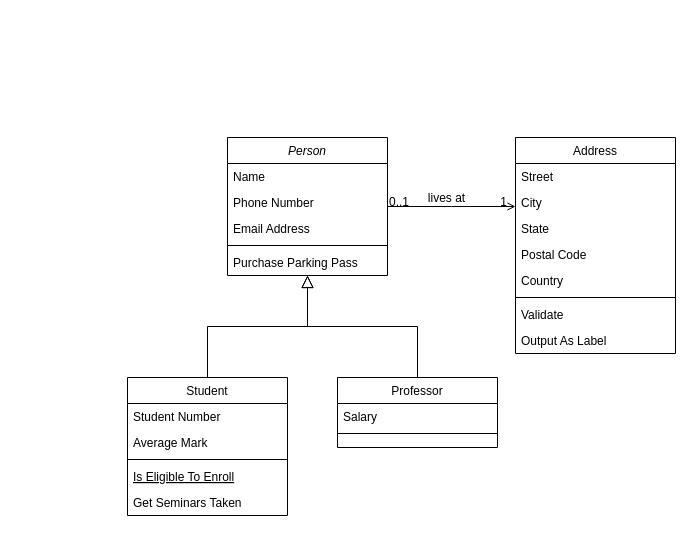
Above: page "Page-1" (1 of 2) of Untitled Diagram.drawio in ACummings23/DS-SQL-Exercise (draw.io), before the change. Source tidied: cells renumbered, new cells numbered last; positions are measured from the earlier drawing's top-left corner, leaving out a move shared by most shapes. Both pictures are drawn from the tidied source at 100%, with x=0, y=0 at pixel (127, 137).
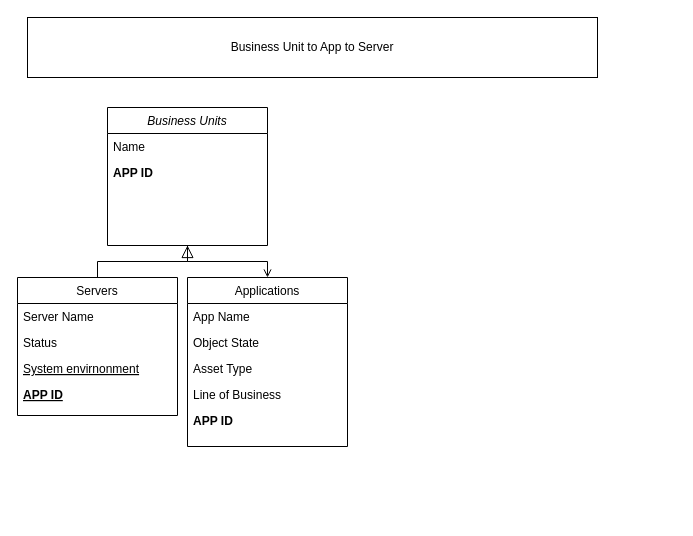
The same diagram, later.

The change refers to these unchanged cells:
```xml
<mxCell id="28" style="endArrow=open;shadow=0;strokeWidth=1;rounded=0;endFill=1;edgeStyle=elbowEdgeStyle;elbow=vertical;" parent="1" edge="1" source="2" target="19">
  <mxGeometry x="0.5" y="41" relative="1" as="geometry">
    <mxPoint x="-40" y="32" as="offset" />
  </mxGeometry>
</mxCell>
```

The edit, as a diff of the source:
```diff
@@
-    <mxCell id="2" value="Person" style="swimlane;fontStyle=2;align=center;verticalAlign=top;horizontal=1;startSize=26;rounded=0;shadow=0;strokeWidth=1;" parent="1" vertex="1">
-      <mxGeometry x="100" width="160" height="138" as="geometry" />
+    <mxCell id="2" value="Business Units" style="swimlane;fontStyle=2;align=center;verticalAlign=top;horizontal=1;startSize=26;rounded=0;shadow=0;strokeWidth=1;" parent="1" vertex="1">
+      <mxGeometry x="-20" y="-30" width="160" height="138" as="geometry" />
     </mxCell>
@@
-    <mxCell id="4" value="Phone Number" style="text;align=left;verticalAlign=top;spacingLeft=4;spacingRight=4;overflow=hidden;rounded=0;shadow=0;html=0;" parent="2" vertex="1">
+    <mxCell id="4" value="APP ID" style="text;align=left;verticalAlign=top;spacingLeft=4;spacingRight=4;overflow=hidden;rounded=0;shadow=0;html=0;fontStyle=1;" parent="2" vertex="1">
       <mxGeometry y="52" width="160" height="26" as="geometry" />
     </mxCell>
-    <mxCell id="5" value="Email Address" style="text;align=left;verticalAlign=top;spacingLeft=4;spacingRight=4;overflow=hidden;rounded=0;shadow=0;html=0;" parent="2" vertex="1">
-      <mxGeometry y="78" width="160" height="26" as="geometry" />
-    </mxCell>
-    <mxCell id="6" style="line;html=1;strokeWidth=1;align=left;verticalAlign=middle;spacingTop=-1;spacingLeft=3;spacingRight=3;labelPosition=right;" parent="2" vertex="1">
-      <mxGeometry y="104" width="160" height="8" as="geometry" />
-    </mxCell>
-    <mxCell id="7" value="Purchase Parking Pass" style="text;align=left;verticalAlign=top;spacingLeft=4;spacingRight=4;overflow=hidden;" parent="2" vertex="1">
-      <mxGeometry y="112" width="160" height="26" as="geometry" />
-    </mxCell>
-    <mxCell id="8" value="Student" style="swimlane;fontStyle=0;align=center;verticalAlign=top;horizontal=1;startSize=26;rounded=0;shadow=0;strokeWidth=1;" parent="1" vertex="1">
-      <mxGeometry y="240" width="160" height="138" as="geometry" />
+    <mxCell id="8" value="Servers " style="swimlane;fontStyle=0;align=center;verticalAlign=top;horizontal=1;startSize=26;rounded=0;shadow=0;strokeWidth=1;" parent="1" vertex="1">
+      <mxGeometry x="-110" y="140" width="160" height="138" as="geometry" />
     </mxCell>
-    <mxCell id="9" value="Student Number" style="text;align=left;verticalAlign=top;spacingLeft=4;spacingRight=4;overflow=hidden;" parent="8" vertex="1">
+    <mxCell id="9" value="Server Name" style="text;align=left;verticalAlign=top;spacingLeft=4;spacingRight=4;overflow=hidden;" parent="8" vertex="1">
       <mxGeometry y="26" width="160" height="26" as="geometry" />
     </mxCell>
-    <mxCell id="10" value="Average Mark" style="text;align=left;verticalAlign=top;spacingLeft=4;spacingRight=4;overflow=hidden;rounded=0;shadow=0;html=0;" parent="8" vertex="1">
+    <mxCell id="10" value="Status" style="text;align=left;verticalAlign=top;spacingLeft=4;spacingRight=4;overflow=hidden;rounded=0;shadow=0;html=0;" parent="8" vertex="1">
       <mxGeometry y="52" width="160" height="26" as="geometry" />
     </mxCell>
-    <mxCell id="11" style="line;html=1;strokeWidth=1;align=left;verticalAlign=middle;spacingTop=-1;spacingLeft=3;spacingRight=3;labelPosition=right;" parent="8" vertex="1">
-      <mxGeometry y="78" width="160" height="8" as="geometry" />
-    </mxCell>
-    <mxCell id="12" value="Is Eligible To Enroll" style="text;align=left;verticalAlign=top;spacingLeft=4;spacingRight=4;overflow=hidden;fontStyle=4;" parent="8" vertex="1">
-      <mxGeometry y="86" width="160" height="26" as="geometry" />
+    <mxCell id="12" value="System envirnonment " style="text;align=left;verticalAlign=top;spacingLeft=4;spacingRight=4;overflow=hidden;fontStyle=4;" parent="8" vertex="1">
+      <mxGeometry y="78" width="160" height="26" as="geometry" />
     </mxCell>
-    <mxCell id="13" value="Get Seminars Taken" style="text;align=left;verticalAlign=top;spacingLeft=4;spacingRight=4;overflow=hidden;" parent="8" vertex="1">
-      <mxGeometry y="112" width="160" height="26" as="geometry" />
-    </mxCell>
+    <mxCell id="32" value="APP ID" style="text;align=left;verticalAlign=top;spacingLeft=4;spacingRight=4;overflow=hidden;fontStyle=5;" parent="8" vertex="1">
+      <mxGeometry y="104" width="160" height="26" as="geometry" />
+    </mxCell>
@@
-    <mxCell id="15" value="Professor" style="swimlane;fontStyle=0;align=center;verticalAlign=top;horizontal=1;startSize=26;rounded=0;shadow=0;strokeWidth=1;" parent="1" vertex="1">
-      <mxGeometry x="210" y="240" width="160" height="70" as="geometry" />
-    </mxCell>
-    <mxCell id="16" value="Salary" style="text;align=left;verticalAlign=top;spacingLeft=4;spacingRight=4;overflow=hidden;" parent="15" vertex="1">
-      <mxGeometry y="26" width="160" height="26" as="geometry" />
-    </mxCell>
-    <mxCell id="17" style="line;html=1;strokeWidth=1;align=left;verticalAlign=middle;spacingTop=-1;spacingLeft=3;spacingRight=3;labelPosition=right;" parent="15" vertex="1">
-      <mxGeometry y="52" width="160" height="8" as="geometry" />
-    </mxCell>
-    <mxCell id="18" style="endArrow=block;endSize=10;endFill=0;shadow=0;strokeWidth=1;rounded=0;edgeStyle=elbowEdgeStyle;elbow=vertical;" parent="1" edge="1" source="15" target="2">
-      <mxGeometry relative="1" as="geometry" />
-    </mxCell>
-    <mxCell id="19" value="Address" style="swimlane;fontStyle=0;align=center;verticalAlign=top;horizontal=1;startSize=26;rounded=0;shadow=0;strokeWidth=1;" parent="1" vertex="1">
-      <mxGeometry x="388" width="160" height="216" as="geometry" />
+    <mxCell id="19" value="Applications" style="swimlane;fontStyle=0;align=center;verticalAlign=top;horizontal=1;startSize=26;rounded=0;shadow=0;strokeWidth=1;" parent="1" vertex="1">
+      <mxGeometry x="60" y="140" width="160" height="169" as="geometry" />
     </mxCell>
-    <mxCell id="20" value="Street" style="text;align=left;verticalAlign=top;spacingLeft=4;spacingRight=4;overflow=hidden;" parent="19" vertex="1">
+    <mxCell id="20" value="App Name" style="text;align=left;verticalAlign=top;spacingLeft=4;spacingRight=4;overflow=hidden;" parent="19" vertex="1">
       <mxGeometry y="26" width="160" height="26" as="geometry" />
     </mxCell>
-    <mxCell id="21" value="City" style="text;align=left;verticalAlign=top;spacingLeft=4;spacingRight=4;overflow=hidden;rounded=0;shadow=0;html=0;" parent="19" vertex="1">
+    <mxCell id="21" value="Object State" style="text;align=left;verticalAlign=top;spacingLeft=4;spacingRight=4;overflow=hidden;rounded=0;shadow=0;html=0;" parent="19" vertex="1">
       <mxGeometry y="52" width="160" height="26" as="geometry" />
     </mxCell>
-    <mxCell id="22" value="State" style="text;align=left;verticalAlign=top;spacingLeft=4;spacingRight=4;overflow=hidden;rounded=0;shadow=0;html=0;" parent="19" vertex="1">
+    <mxCell id="22" value="Asset Type" style="text;align=left;verticalAlign=top;spacingLeft=4;spacingRight=4;overflow=hidden;rounded=0;shadow=0;html=0;" parent="19" vertex="1">
       <mxGeometry y="78" width="160" height="26" as="geometry" />
     </mxCell>
-    <mxCell id="23" value="Postal Code" style="text;align=left;verticalAlign=top;spacingLeft=4;spacingRight=4;overflow=hidden;rounded=0;shadow=0;html=0;" parent="19" vertex="1">
-      <mxGeometry y="104" width="160" height="26" as="geometry" />
-    </mxCell>
-    <mxCell id="24" value="Country" style="text;align=left;verticalAlign=top;spacingLeft=4;spacingRight=4;overflow=hidden;rounded=0;shadow=0;html=0;" parent="19" vertex="1">
-      <mxGeometry y="130" width="160" height="26" as="geometry" />
+    <mxCell id="24" value="Line of Business" style="text;align=left;verticalAlign=top;spacingLeft=4;spacingRight=4;overflow=hidden;rounded=0;shadow=0;html=0;" parent="19" vertex="1">
+      <mxGeometry y="104" width="160" height="26" as="geometry" />
     </mxCell>
-    <mxCell id="25" style="line;html=1;strokeWidth=1;align=left;verticalAlign=middle;spacingTop=-1;spacingLeft=3;spacingRight=3;labelPosition=right;" parent="19" vertex="1">
-      <mxGeometry y="156" width="160" height="8" as="geometry" />
-    </mxCell>
-    <mxCell id="26" value="Validate" style="text;align=left;verticalAlign=top;spacingLeft=4;spacingRight=4;overflow=hidden;" parent="19" vertex="1">
-      <mxGeometry y="164" width="160" height="26" as="geometry" />
-    </mxCell>
-    <mxCell id="27" value="Output As Label" style="text;align=left;verticalAlign=top;spacingLeft=4;spacingRight=4;overflow=hidden;" parent="19" vertex="1">
-      <mxGeometry y="190" width="160" height="26" as="geometry" />
-    </mxCell>
+    <mxCell id="33" value="APP ID" style="text;align=left;verticalAlign=top;spacingLeft=4;spacingRight=4;overflow=hidden;rounded=0;shadow=0;html=0;fontStyle=1;" parent="19" vertex="1">
+      <mxGeometry y="130" width="160" height="26" as="geometry" />
+    </mxCell>
@@
-    <mxCell id="29" value="0..1" style="align=left;verticalAlign=bottom;labelBackgroundColor=none;fontSize=12;" parent="28" vertex="1">
-      <mxGeometry x="-1" relative="1" as="geometry">
-        <mxPoint y="4" as="offset" />
-      </mxGeometry>
-    </mxCell>
-    <mxCell id="30" value="1" style="align=right;verticalAlign=bottom;labelBackgroundColor=none;fontSize=12;" parent="28" vertex="1">
-      <mxGeometry x="1" relative="1" as="geometry">
-        <mxPoint x="-7" y="4" as="offset" />
-      </mxGeometry>
-    </mxCell>
-    <mxCell id="31" value="lives at" style="text;html=1;align=center;verticalAlign=middle;labelBackgroundColor=none;rounded=0;shadow=0;strokeWidth=1;fontSize=12;" parent="28" vertex="1">
-      <mxGeometry x="0.5" y="49" relative="1" as="geometry">
-        <mxPoint x="-38" y="40" as="offset" />
-      </mxGeometry>
-    </mxCell>
+    <mxCell id="34" value="Business Unit to App to Server" style="rounded=0;whiteSpace=wrap;html=1;" parent="1" vertex="1">
+      <mxGeometry x="-100" y="-120" width="570" height="60" as="geometry" />
+    </mxCell>
```
